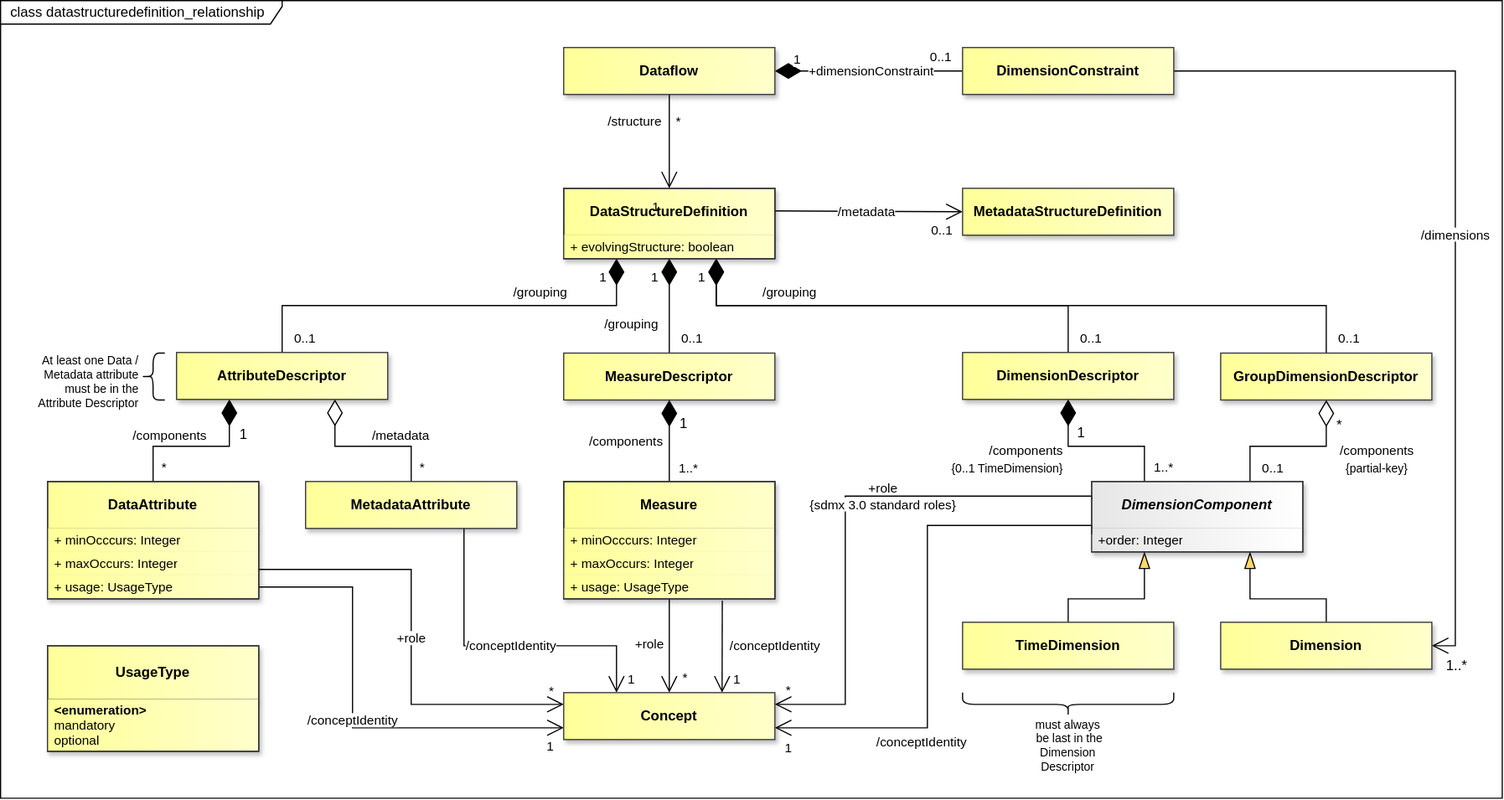
Before: docs/information_model/media/sdmx_datastructure-datastructuredefinition_relationship.svg, a diagram exported from draw.io (sdmx-twg/sdmx-im). Source tidied: cells renumbered, new cells last; positions are measured from the earlier drawing's top-left corner, leaving out a move shared by most shapes.
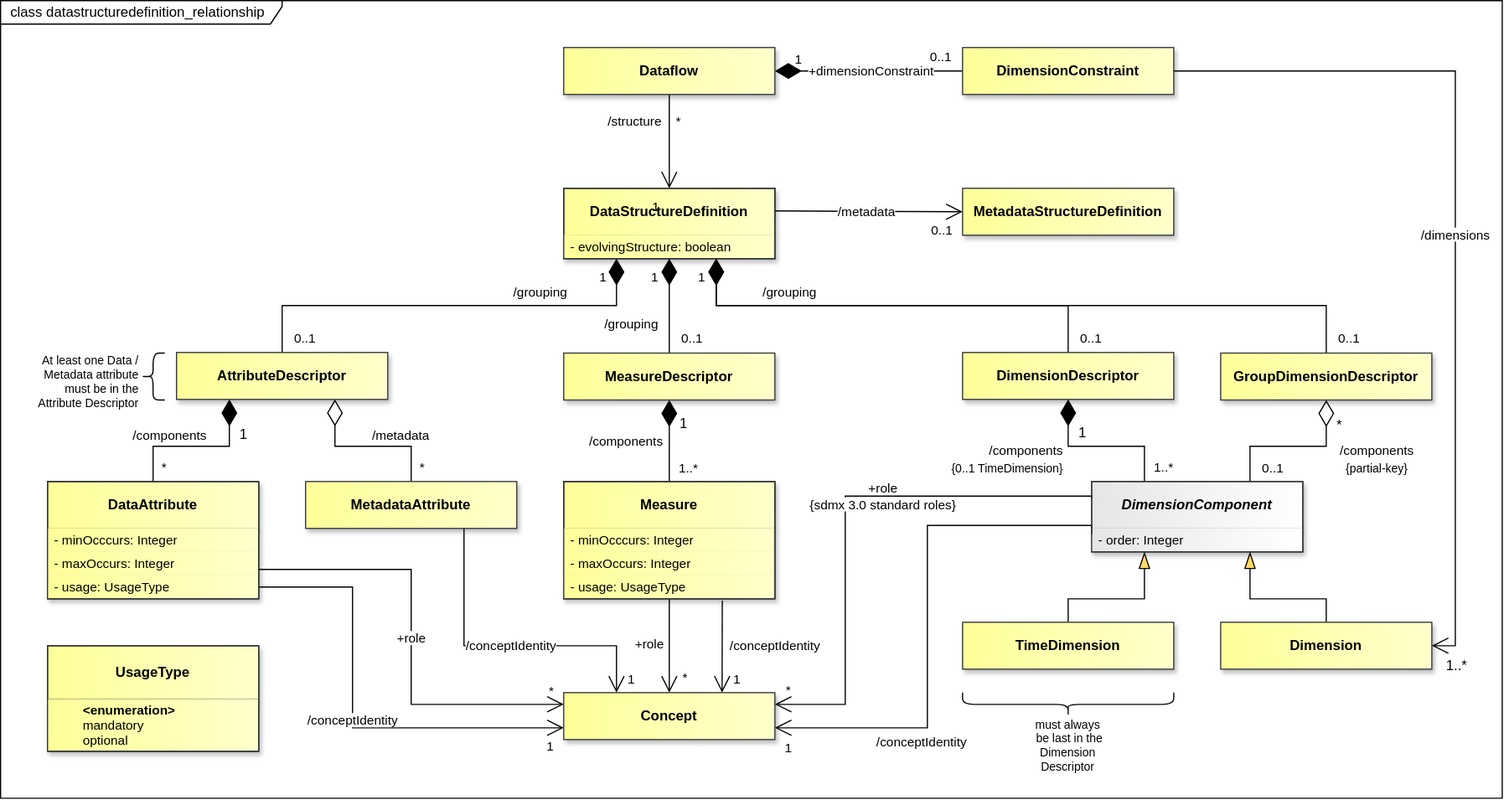
After the change.

Change to the diagram source:
```diff
@@ -32,7 +32,7 @@
     <mxCell id="11" value="DataStructureDefinition" style="swimlane;fontStyle=1;align=center;verticalAlign=middle;horizontal=1;startSize=40;whiteSpace=wrap;html=1;fillColor=light-dark(#FFFF99,#FFFF99);strokeColor=light-dark(#000000,#000000);gradientDirection=east;swimlaneLine=1;fontColor=light-dark(#000000,#000000);labelBackgroundColor=none;textShadow=0;gradientColor=light-dark(#FFFFCC,#FFFFCC);shadow=1;" parent="1" vertex="1">
       <mxGeometry x="480" y="160" width="180" height="60" as="geometry" />
     </mxCell>
-    <mxCell id="12" value="+ evolvingStructure: boolean" style="text;strokeColor=none;fillColor=light-dark(#FFFF99,#FFFF99);align=left;verticalAlign=middle;spacingLeft=4;spacingRight=4;overflow=hidden;whiteSpace=wrap;html=1;fontSize=11;gradientColor=light-dark(#FFFFCC,#FFFFCC);gradientDirection=east;fontColor=light-dark(#000000,#000000);strokeWidth=0;shadow=1;" parent="11" vertex="1">
+    <mxCell id="12" value="- evolvingStructure: boolean" style="text;strokeColor=none;fillColor=light-dark(#FFFF99,#FFFF99);align=left;verticalAlign=middle;spacingLeft=4;spacingRight=4;overflow=hidden;whiteSpace=wrap;html=1;fontSize=11;gradientColor=light-dark(#FFFFCC,#FFFFCC);gradientDirection=east;fontColor=light-dark(#000000,#000000);strokeWidth=0;shadow=1;" parent="11" vertex="1">
       <mxGeometry y="40" width="180" height="20" as="geometry" />
     </mxCell>
     <mxCell id="13" style="endArrow=open;html=1;endSize=12;startArrow=none;startSize=20;startFill=0;rounded=0;endFill=0;strokeColor=light-dark(#000000,#FFFFFF);fontColor=light-dark(#000000,#FFFFFF);labelBackgroundColor=none;entryX=0.5;entryY=0;entryDx=0;entryDy=0;exitX=0.5;exitY=1;exitDx=0;exitDy=0;" parent="1" edge="1" source="86" target="11">
@@ -51,37 +51,37 @@
     <mxCell id="16" value="UsageType" style="swimlane;fontStyle=1;align=center;verticalAlign=middle;horizontal=1;startSize=46;whiteSpace=wrap;html=1;fillColor=light-dark(#FFFF99,#FFFF99);strokeColor=light-dark(#000000,#000000);gradientDirection=east;swimlaneLine=1;fontColor=light-dark(#000000,#000000);labelBackgroundColor=none;textShadow=0;gradientColor=light-dark(#FFFFCC,#FFFFCC);shadow=1;" parent="1" vertex="1">
       <mxGeometry x="40" y="550" width="180" height="90" as="geometry" />
     </mxCell>
-    <mxCell id="17" value="&lt;b&gt;&amp;lt;enumeration&amp;gt;&lt;/b&gt;&lt;div&gt;mandatory&lt;/div&gt;&lt;div&gt;optional&lt;/div&gt;" style="text;strokeColor=none;fillColor=light-dark(#FFFF99,#FFFF99);align=left;verticalAlign=middle;spacingLeft=4;spacingRight=4;overflow=hidden;whiteSpace=wrap;html=1;fontSize=11;gradientColor=light-dark(#FFFFCC,#FFFFCC);gradientDirection=east;fontColor=light-dark(#000000,#000000);strokeWidth=0;shadow=1;" parent="16" vertex="1">
+    <mxCell id="17" value="&lt;b&gt;&lt;span style=&quot;white-space: pre;&quot;&gt;&#9;&lt;/span&gt;&amp;lt;enumeration&amp;gt;&lt;/b&gt;&lt;div&gt;&lt;span style=&quot;white-space: pre;&quot;&gt;&#9;&lt;/span&gt;mandatory&lt;/div&gt;&lt;div&gt;&lt;span style=&quot;white-space: pre;&quot;&gt;&#9;&lt;/span&gt;optional&lt;/div&gt;" style="text;strokeColor=none;fillColor=light-dark(#FFFF99,#FFFF99);align=left;verticalAlign=middle;spacingLeft=4;spacingRight=4;overflow=hidden;whiteSpace=wrap;html=1;fontSize=11;gradientColor=light-dark(#FFFFCC,#FFFFCC);gradientDirection=east;fontColor=light-dark(#000000,#000000);strokeWidth=0;shadow=1;" parent="16" vertex="1">
       <mxGeometry y="46" width="180" height="44" as="geometry" />
     </mxCell>
     <mxCell id="18" value="Measure" style="swimlane;fontStyle=1;align=center;verticalAlign=middle;horizontal=1;startSize=40;whiteSpace=wrap;html=1;fillColor=light-dark(#FFFF99,#FFFF99);strokeColor=light-dark(#000000,#000000);gradientDirection=east;swimlaneLine=1;fontColor=light-dark(#000000,#000000);labelBackgroundColor=none;textShadow=0;gradientColor=light-dark(#FFFFCC,#FFFFCC);shadow=1;" parent="1" vertex="1">
       <mxGeometry x="480" y="410" width="180" height="100" as="geometry" />
     </mxCell>
-    <mxCell id="19" value="+ minOcccurs: Integer" style="text;strokeColor=none;fillColor=light-dark(#FFFF99,#FFFF99);align=left;verticalAlign=middle;spacingLeft=4;spacingRight=4;overflow=hidden;whiteSpace=wrap;html=1;fontFamily=Helvetica;fontSize=11;fontColor=light-dark(#000000,#000000);gradientColor=light-dark(#FFFFCC,#FFFFCC);gradientDirection=east;shadow=1;" parent="18" vertex="1">
+    <mxCell id="19" value="- minOcccurs: Integer" style="text;strokeColor=none;fillColor=light-dark(#FFFF99,#FFFF99);align=left;verticalAlign=middle;spacingLeft=4;spacingRight=4;overflow=hidden;whiteSpace=wrap;html=1;fontFamily=Helvetica;fontSize=11;fontColor=light-dark(#000000,#000000);gradientColor=light-dark(#FFFFCC,#FFFFCC);gradientDirection=east;shadow=1;" parent="18" vertex="1">
       <mxGeometry y="40" width="180" height="20" as="geometry" />
     </mxCell>
-    <mxCell id="20" value="&lt;div&gt;+ maxOccurs: Integer&lt;/div&gt;" style="text;strokeColor=none;fillColor=light-dark(#FFFF99,#FFFF99);align=left;verticalAlign=middle;spacingLeft=4;spacingRight=4;overflow=hidden;whiteSpace=wrap;html=1;fontFamily=Helvetica;fontSize=11;fontColor=light-dark(#000000,#000000);gradientColor=light-dark(#FFFFCC,#FFFFCC);gradientDirection=east;shadow=1;" parent="18" vertex="1">
+    <mxCell id="20" value="&lt;div&gt;- maxOccurs: Integer&lt;/div&gt;" style="text;strokeColor=none;fillColor=light-dark(#FFFF99,#FFFF99);align=left;verticalAlign=middle;spacingLeft=4;spacingRight=4;overflow=hidden;whiteSpace=wrap;html=1;fontFamily=Helvetica;fontSize=11;fontColor=light-dark(#000000,#000000);gradientColor=light-dark(#FFFFCC,#FFFFCC);gradientDirection=east;shadow=1;" parent="18" vertex="1">
       <mxGeometry y="60" width="180" height="20" as="geometry" />
     </mxCell>
-    <mxCell id="21" value="+ usage: UsageType" style="text;strokeColor=none;fillColor=light-dark(#FFFF99,#FFFF99);align=left;verticalAlign=middle;spacingLeft=4;spacingRight=4;overflow=hidden;points=[[0,0.5],[1,0.5]];portConstraint=eastwest;whiteSpace=wrap;html=1;fontFamily=Helvetica;fontSize=11;fontColor=light-dark(#000000,#000000);gradientColor=light-dark(#FFFFCC,#FFFFCC);gradientDirection=east;shadow=1;" parent="18" vertex="1">
+    <mxCell id="21" value="- usage: UsageType" style="text;strokeColor=none;fillColor=light-dark(#FFFF99,#FFFF99);align=left;verticalAlign=middle;spacingLeft=4;spacingRight=4;overflow=hidden;points=[[0,0.5],[1,0.5]];portConstraint=eastwest;whiteSpace=wrap;html=1;fontFamily=Helvetica;fontSize=11;fontColor=light-dark(#000000,#000000);gradientColor=light-dark(#FFFFCC,#FFFFCC);gradientDirection=east;shadow=1;" parent="18" vertex="1">
       <mxGeometry y="80" width="180" height="20" as="geometry" />
     </mxCell>
     <mxCell id="22" value="DataAttribute" style="swimlane;fontStyle=1;align=center;verticalAlign=middle;horizontal=1;startSize=40;whiteSpace=wrap;html=1;fillColor=light-dark(#FFFF99,#FFFF99);strokeColor=light-dark(#000000,#000000);gradientDirection=east;swimlaneLine=1;fontColor=light-dark(#000000,#000000);labelBackgroundColor=none;textShadow=0;gradientColor=light-dark(#FFFFCC,#FFFFCC);shadow=1;" parent="1" vertex="1">
       <mxGeometry x="40" y="410" width="180" height="100" as="geometry" />
     </mxCell>
-    <mxCell id="23" value="+ minOcccurs: Integer" style="text;strokeColor=none;fillColor=light-dark(#FFFF99,#FFFF99);align=left;verticalAlign=middle;spacingLeft=4;spacingRight=4;overflow=hidden;whiteSpace=wrap;html=1;fontFamily=Helvetica;fontSize=11;fontColor=light-dark(#000000,#000000);gradientColor=light-dark(#FFFFCC,#FFFFCC);gradientDirection=east;shadow=1;" parent="22" vertex="1">
+    <mxCell id="23" value="- minOcccurs: Integer" style="text;strokeColor=none;fillColor=light-dark(#FFFF99,#FFFF99);align=left;verticalAlign=middle;spacingLeft=4;spacingRight=4;overflow=hidden;whiteSpace=wrap;html=1;fontFamily=Helvetica;fontSize=11;fontColor=light-dark(#000000,#000000);gradientColor=light-dark(#FFFFCC,#FFFFCC);gradientDirection=east;shadow=1;" parent="22" vertex="1">
       <mxGeometry y="40" width="180" height="20" as="geometry" />
     </mxCell>
-    <mxCell id="24" value="&lt;div&gt;+ maxOccurs: Integer&lt;/div&gt;" style="text;strokeColor=none;fillColor=light-dark(#FFFF99,#FFFF99);align=left;verticalAlign=middle;spacingLeft=4;spacingRight=4;overflow=hidden;whiteSpace=wrap;html=1;fontFamily=Helvetica;fontSize=11;fontColor=light-dark(#000000,#000000);gradientColor=light-dark(#FFFFCC,#FFFFCC);gradientDirection=east;shadow=1;" parent="22" vertex="1">
+    <mxCell id="24" value="&lt;div&gt;- maxOccurs: Integer&lt;/div&gt;" style="text;strokeColor=none;fillColor=light-dark(#FFFF99,#FFFF99);align=left;verticalAlign=middle;spacingLeft=4;spacingRight=4;overflow=hidden;whiteSpace=wrap;html=1;fontFamily=Helvetica;fontSize=11;fontColor=light-dark(#000000,#000000);gradientColor=light-dark(#FFFFCC,#FFFFCC);gradientDirection=east;shadow=1;" parent="22" vertex="1">
       <mxGeometry y="60" width="180" height="20" as="geometry" />
     </mxCell>
-    <mxCell id="25" value="+ usage: UsageType" style="text;strokeColor=none;fillColor=light-dark(#FFFF99,#FFFF99);align=left;verticalAlign=middle;spacingLeft=4;spacingRight=4;overflow=hidden;points=[[0,0.5],[1,0.5]];portConstraint=eastwest;whiteSpace=wrap;html=1;fontFamily=Helvetica;fontSize=11;fontColor=light-dark(#000000,#000000);gradientColor=light-dark(#FFFFCC,#FFFFCC);gradientDirection=east;shadow=1;" parent="22" vertex="1">
+    <mxCell id="25" value="- usage: UsageType" style="text;strokeColor=none;fillColor=light-dark(#FFFF99,#FFFF99);align=left;verticalAlign=middle;spacingLeft=4;spacingRight=4;overflow=hidden;points=[[0,0.5],[1,0.5]];portConstraint=eastwest;whiteSpace=wrap;html=1;fontFamily=Helvetica;fontSize=11;fontColor=light-dark(#000000,#000000);gradientColor=light-dark(#FFFFCC,#FFFFCC);gradientDirection=east;shadow=1;" parent="22" vertex="1">
       <mxGeometry y="80" width="180" height="20" as="geometry" />
     </mxCell>
     <mxCell id="26" value="DimensionComponent" style="swimlane;fontStyle=3;align=center;verticalAlign=middle;horizontal=1;startSize=40;whiteSpace=wrap;html=1;strokeColor=#36393d;fontFamily=Helvetica;fontSize=12;fillColor=light-dark(#E6E6E6,#E6E6E6);gradientDirection=east;gradientColor=light-dark(#FFFFFF,#FFFFFF);fontColor=light-dark(#000000,#000000);shadow=1;" parent="1" vertex="1">
       <mxGeometry x="930" y="410" width="180" height="60" as="geometry" />
     </mxCell>
-    <mxCell id="27" value="+order: Integer" style="text;strokeColor=none;fillColor=light-dark(#E6E6E6,#E6E6E6);align=left;verticalAlign=middle;spacingLeft=4;spacingRight=4;overflow=hidden;whiteSpace=wrap;html=1;fontFamily=Helvetica;fontSize=11;fontColor=light-dark(#000000,#000000);fontStyle=0;gradientColor=light-dark(#FFFFFF,#FFFFFF);gradientDirection=east;shadow=1;" parent="26" vertex="1">
+    <mxCell id="27" value="- order: Integer" style="text;strokeColor=none;fillColor=light-dark(#E6E6E6,#E6E6E6);align=left;verticalAlign=middle;spacingLeft=4;spacingRight=4;overflow=hidden;whiteSpace=wrap;html=1;fontFamily=Helvetica;fontSize=11;fontColor=light-dark(#000000,#000000);fontStyle=0;gradientColor=light-dark(#FFFFFF,#FFFFFF);gradientDirection=east;shadow=1;" parent="26" vertex="1">
       <mxGeometry y="40" width="180" height="20" as="geometry" />
     </mxCell>
     <mxCell id="28" value="&lt;font style=&quot;color: light-dark(rgb(0, 0, 0), rgb(255, 255, 255)); background-color: light-dark(rgb(255, 255, 255), rgb(0, 0, 0));&quot;&gt;+dimensionConstraint&lt;/font&gt;" style="endArrow=none;html=1;endSize=12;startArrow=diamondThin;startSize=20;startFill=1;rounded=0;endFill=0;strokeColor=light-dark(#000000,#FFFFFF);fontColor=light-dark(#000000,#FFFFFF);labelBackgroundColor=none;entryX=0;entryY=0.5;entryDx=0;entryDy=0;exitX=1;exitY=0.5;exitDx=0;exitDy=0;" parent="1" edge="1" source="86" target="87">
```
